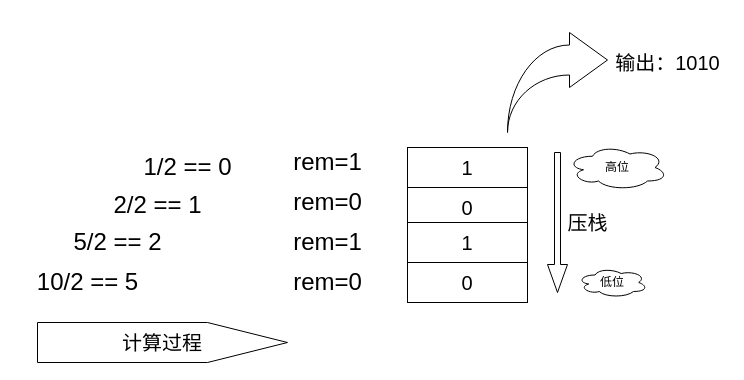
Before: Untitled Diagram.drawio in jiahwa/mydiagrams, a draw.io diagram. Source tidied: cells renumbered, new cells numbered last; positions are measured from the earlier drawing's top-left corner, leaving out a move shared by most shapes. Both pictures are drawn from the tidied source at 100%, with x=0, y=0 at pixel (27, 32).
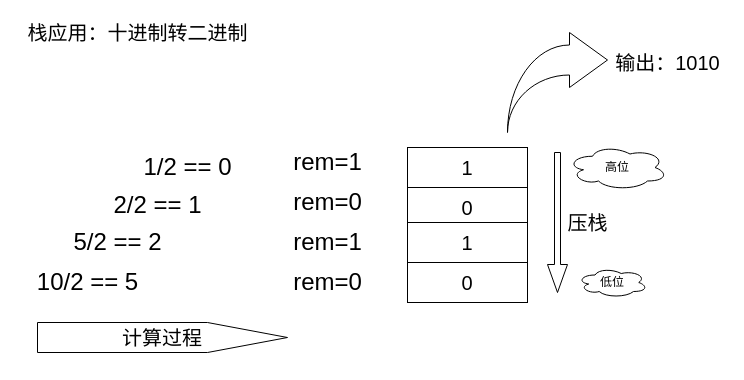
The same page after the edit.

What changed in the source:
```diff
@@
     <mxCell id="20" value="计算过程" style="shape=singleArrow;whiteSpace=wrap;html=1;fontSize=20;arrowWidth=1;arrowSize=0.32;" parent="1" vertex="1">
-      <mxGeometry x="10" y="290" width="250" height="40" as="geometry" />
+      <mxGeometry x="10" y="290" width="250" height="30" as="geometry" />
     </mxCell>
+    <mxCell id="21" value="栈应用：十进制转二进制" style="text;html=1;align=center;verticalAlign=middle;strokeColor=none;fontSize=20;" parent="1" vertex="1">
+      <mxGeometry x="-10" y="-15" width="240" height="30" as="geometry" />
+    </mxCell>
```
